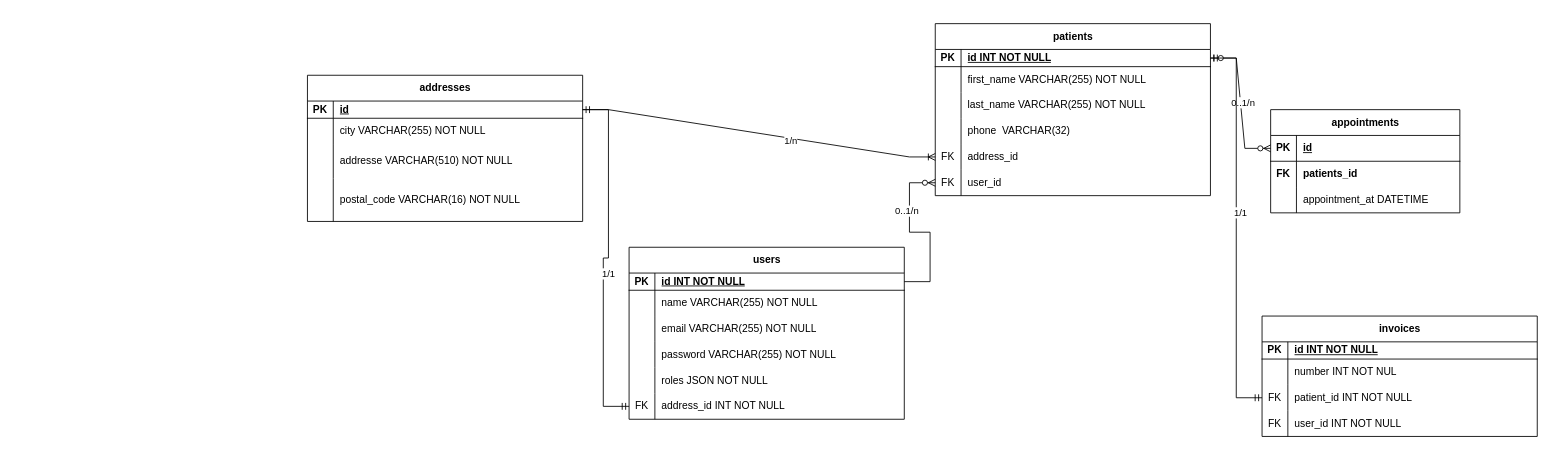
The draw.io diagram page "Page-2" (2 of 2) of maquette.drawio in JulianPouech/project_psy_back, before the edit. Source tidied: cells renumbered, new cells numbered last; positions are measured from the earlier drawing's top-left corner, leaving out a move shared by most shapes. Both pictures are drawn from the tidied source at 86%, with x=0, y=0 at pixel (307, 23).
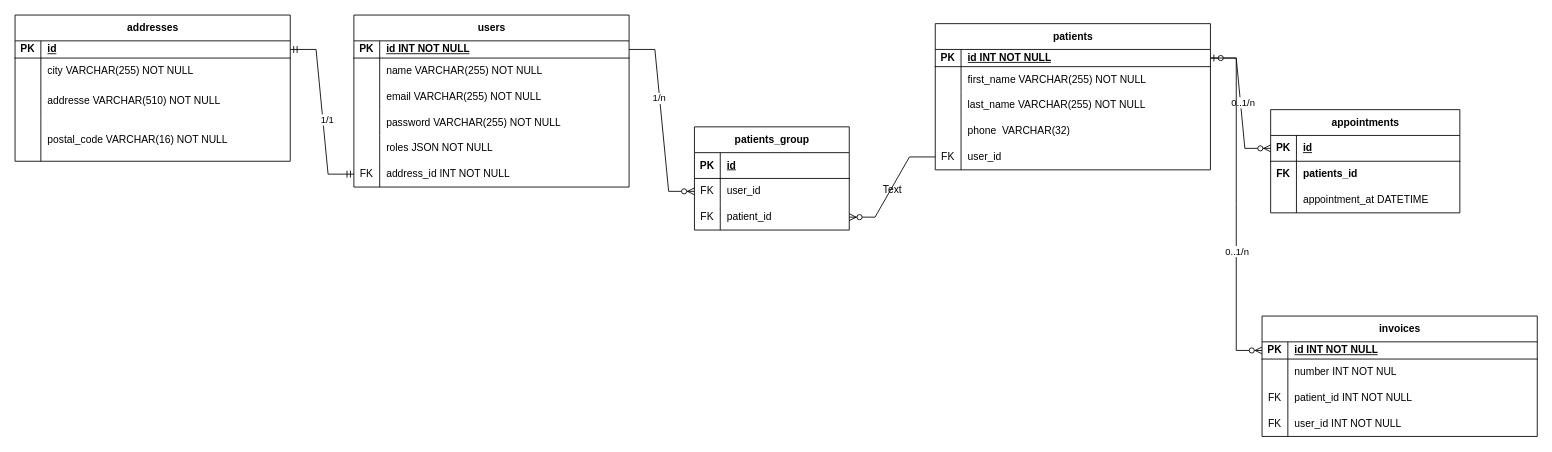
The same page after the edit.

Unchanged cells that the change refers to:
```xml
<mxCell id="3" style="shape=tableRow;horizontal=0;startSize=0;swimlaneHead=0;swimlaneBody=0;fillColor=none;points=[[0,0.5],[1,0.5]];portConstraint=eastwest;top=0;left=0;right=0;bottom=1;" parent="2" vertex="1">
  <mxGeometry y="30" width="320" height="20" as="geometry" />
</mxCell>
<mxCell id="32" style="shape=tableRow;horizontal=0;startSize=0;swimlaneHead=0;swimlaneBody=0;fillColor=none;points=[[0,0.5],[1,0.5]];portConstraint=eastwest;top=0;left=0;right=0;bottom=1;" parent="31" vertex="1">
  <mxGeometry y="30" width="320" height="20" as="geometry" />
</mxCell>
<mxCell id="47" style="shape=tableRow;horizontal=0;startSize=0;swimlaneHead=0;swimlaneBody=0;fillColor=none;points=[[0,0.5],[1,0.5]];portConstraint=eastwest;top=0;left=0;right=0;bottom=1;" parent="46" vertex="1">
  <mxGeometry y="30" width="320" height="20" as="geometry" />
</mxCell>
<mxCell id="72" style="shape=tableRow;horizontal=0;startSize=0;swimlaneHead=0;swimlaneBody=0;fillColor=none;points=[[0,0.5],[1,0.5]];portConstraint=eastwest;top=0;left=0;right=0;bottom=1;" parent="71" vertex="1">
  <mxGeometry y="30" width="320" height="20" as="geometry" />
</mxCell>
<mxCell id="78" style="shape=tableRow;horizontal=0;startSize=0;swimlaneHead=0;swimlaneBody=0;fillColor=none;points=[[0,0.5],[1,0.5]];portConstraint=eastwest;top=0;left=0;right=0;bottom=0;" parent="71" vertex="1">
  <mxGeometry y="80" width="320" height="30" as="geometry" />
</mxCell>
```

What changed in the source:
```diff
@@
     <mxCell id="2" value="patients" style="shape=table;startSize=30;childLayout=tableLayout;rowLines=0;fontStyle=1;align=center;html=1;" parent="1" vertex="1">
-      <mxGeometry x="730" width="320" height="200" as="geometry" />
+      <mxGeometry x="730" width="320" height="170" as="geometry" />
     </mxCell>
@@
-    <mxCell id="15" style="shape=tableRow;horizontal=0;startSize=0;swimlaneHead=0;swimlaneBody=0;fillColor=none;points=[[0,0.5],[1,0.5]];portConstraint=eastwest;top=0;left=0;right=0;bottom=0;" parent="2" vertex="1">
-      <mxGeometry y="140" width="320" height="30" as="geometry" />
-    </mxCell>
-    <mxCell id="16" value="FK" style="shape=partialRectangle;fillColor=none;top=0;left=0;bottom=0;right=0;overflow=hidden;whiteSpace=wrap;html=1;" parent="15" vertex="1">
-      <mxGeometry width="30" height="30" as="geometry" />
-    </mxCell>
-    <mxCell id="17" value="address_id" style="shape=partialRectangle;fillColor=none;top=0;left=0;bottom=0;right=0;align=left;spacingLeft=6;overflow=hidden;whiteSpace=wrap;html=1;" parent="15" vertex="1">
-      <mxGeometry x="30" width="290" height="30" as="geometry" />
-    </mxCell>
     <mxCell id="18" style="shape=tableRow;horizontal=0;startSize=0;swimlaneHead=0;swimlaneBody=0;fillColor=none;points=[[0,0.5],[1,0.5]];portConstraint=eastwest;top=0;left=0;right=0;bottom=0;" parent="2" vertex="1">
-      <mxGeometry y="170" width="320" height="30" as="geometry" />
+      <mxGeometry y="140" width="320" height="30" as="geometry" />
     </mxCell>
@@
     <mxCell id="31" value="addresses" style="shape=table;startSize=30;childLayout=tableLayout;rowLines=0;fontStyle=1;align=center;html=1;" parent="1" vertex="1">
-      <mxGeometry y="60" width="320" height="170" as="geometry" />
+      <mxGeometry x="-340" y="-10" width="320" height="170" as="geometry" />
     </mxCell>
@@
     <mxCell id="46" value="users" style="shape=table;startSize=30;childLayout=tableLayout;rowLines=0;fontStyle=1;align=center;html=1;" parent="1" vertex="1">
-      <mxGeometry x="374" y="260" width="320" height="200" as="geometry" />
+      <mxGeometry x="54" y="-10" width="320" height="200" as="geometry" />
     </mxCell>
@@
-    <mxCell id="65" style="edgeStyle=entityRelationEdgeStyle;fontSize=12;html=1;endArrow=ERoneToMany;rounded=0;entryX=0;entryY=0.5;entryDx=0;entryDy=0;exitX=1;exitY=0.5;exitDx=0;exitDy=0;" parent="1" edge="1" source="32" target="15">
-      <mxGeometry relative="1" as="geometry" />
-    </mxCell>
-    <mxCell id="66" value="1/n" style="edgeLabel;html=1;align=center;verticalAlign=middle;" parent="65" vertex="1">
-      <mxGeometry x="0.18" y="-2" relative="1" as="geometry" />
-    </mxCell>
@@
-    <mxCell id="69" style="edgeStyle=entityRelationEdgeStyle;fontSize=12;html=1;endArrow=ERzeroToMany;endFill=1;rounded=0;entryX=0;entryY=0.5;entryDx=0;entryDy=0;exitX=1;exitY=0.5;exitDx=0;exitDy=0;" parent="1" edge="1" source="47" target="18">
-      <mxGeometry relative="1" as="geometry" />
-    </mxCell>
-    <mxCell id="70" value="0..1/n" style="edgeLabel;html=1;align=center;verticalAlign=middle;" parent="69" vertex="1">
-      <mxGeometry x="0.38" y="4" relative="1" as="geometry" />
-    </mxCell>
@@
-    <mxCell id="84" style="edgeStyle=entityRelationEdgeStyle;fontSize=12;html=1;endArrow=ERmandOne;startArrow=ERmandOne;rounded=0;entryX=1;entryY=0.5;entryDx=0;entryDy=0;exitX=0;exitY=0.5;exitDx=0;exitDy=0;" parent="1" edge="1" source="78" target="3">
-      <mxGeometry relative="1" as="geometry" />
-    </mxCell>
-    <mxCell id="85" value="1/1" style="edgeLabel;html=1;align=center;verticalAlign=middle;" parent="84" vertex="1">
-      <mxGeometry x="0.08" y="-4" relative="1" as="geometry" />
-    </mxCell>
+    <mxCell id="86" style="edgeStyle=entityRelationEdgeStyle;fontSize=12;html=1;endArrow=ERzeroToMany;endFill=1;rounded=0;exitX=1;exitY=0.5;exitDx=0;exitDy=0;entryX=0;entryY=0.5;entryDx=0;entryDy=0;" parent="1" edge="1" source="3" target="72">
+      <mxGeometry relative="1" as="geometry" />
+    </mxCell>
+    <mxCell id="70" value="0..1/n" style="edgeLabel;html=1;align=center;verticalAlign=middle;" parent="86" vertex="1">
+      <mxGeometry x="0.27" relative="1" as="geometry" />
+    </mxCell>
+    <mxCell id="87" value="patients_group" style="shape=table;startSize=30;childLayout=tableLayout;rowLines=0;fontStyle=1;align=center;html=1;" parent="1" vertex="1">
+      <mxGeometry x="450" y="120" width="180" height="120" as="geometry" />
+    </mxCell>
+    <mxCell id="88" style="shape=tableRow;horizontal=0;startSize=0;swimlaneHead=0;swimlaneBody=0;fillColor=none;top=0;left=0;right=0;bottom=1;" parent="87" vertex="1">
+      <mxGeometry y="30" width="180" height="30" as="geometry" />
+    </mxCell>
+    <mxCell id="89" value="PK" style="shape=partialRectangle;fillColor=none;top=0;left=0;bottom=0;right=0;fontStyle=1;overflow=hidden;whiteSpace=wrap;html=1;" parent="88" vertex="1">
+      <mxGeometry width="30" height="30" as="geometry" />
+    </mxCell>
+    <mxCell id="90" value="id" style="shape=partialRectangle;fillColor=none;top=0;left=0;bottom=0;right=0;align=left;spacingLeft=6;fontStyle=5;overflow=hidden;whiteSpace=wrap;html=1;" parent="88" vertex="1">
+      <mxGeometry x="30" width="150" height="30" as="geometry" />
+    </mxCell>
+    <mxCell id="91" style="shape=tableRow;horizontal=0;startSize=0;swimlaneHead=0;swimlaneBody=0;fillColor=none;points=[[0,0.5],[1,0.5]];portConstraint=eastwest;top=0;left=0;right=0;bottom=0;" parent="87" vertex="1">
+      <mxGeometry y="60" width="180" height="30" as="geometry" />
+    </mxCell>
+    <mxCell id="92" value="FK" style="shape=partialRectangle;fillColor=none;top=0;left=0;bottom=0;right=0;overflow=hidden;whiteSpace=wrap;html=1;" parent="91" vertex="1">
+      <mxGeometry width="30" height="30" as="geometry" />
+    </mxCell>
+    <mxCell id="93" value="user_id" style="shape=partialRectangle;fillColor=none;top=0;left=0;bottom=0;right=0;align=left;spacingLeft=6;overflow=hidden;whiteSpace=wrap;html=1;" parent="91" vertex="1">
+      <mxGeometry x="30" width="150" height="30" as="geometry" />
+    </mxCell>
+    <mxCell id="94" style="shape=tableRow;horizontal=0;startSize=0;swimlaneHead=0;swimlaneBody=0;fillColor=none;points=[[0,0.5],[1,0.5]];portConstraint=eastwest;top=0;left=0;right=0;bottom=0;" parent="87" vertex="1">
+      <mxGeometry y="90" width="180" height="30" as="geometry" />
+    </mxCell>
+    <mxCell id="95" value="FK" style="shape=partialRectangle;fillColor=none;top=0;left=0;bottom=0;right=0;overflow=hidden;whiteSpace=wrap;html=1;" parent="94" vertex="1">
+      <mxGeometry width="30" height="30" as="geometry" />
+    </mxCell>
+    <mxCell id="96" value="patient_id" style="shape=partialRectangle;fillColor=none;top=0;left=0;bottom=0;right=0;align=left;spacingLeft=6;overflow=hidden;whiteSpace=wrap;html=1;" parent="94" vertex="1">
+      <mxGeometry x="30" width="150" height="30" as="geometry" />
+    </mxCell>
+    <mxCell id="97" style="edgeStyle=entityRelationEdgeStyle;fontSize=12;html=1;endArrow=ERzeroToMany;endFill=1;rounded=0;exitX=1;exitY=0.5;exitDx=0;exitDy=0;" parent="1" edge="1" source="47" target="91">
+      <mxGeometry relative="1" as="geometry" />
+    </mxCell>
+    <mxCell id="66" value="1/n" style="edgeLabel;html=1;align=center;verticalAlign=middle;" parent="97" vertex="1">
+      <mxGeometry x="-0.23" y="-1" relative="1" as="geometry" />
+    </mxCell>
+    <mxCell id="98" value="Text" style="text;html=1;align=center;verticalAlign=middle;strokeColor=none;fillColor=none;" parent="1" vertex="1">
+      <mxGeometry x="655" y="178" width="50" height="30" as="geometry" />
+    </mxCell>
+    <mxCell id="99" style="edgeStyle=entityRelationEdgeStyle;fontSize=12;html=1;endArrow=ERzeroToMany;endFill=1;rounded=0;exitX=0;exitY=0.5;exitDx=0;exitDy=0;" parent="1" edge="1" source="18" target="94">
+      <mxGeometry relative="1" as="geometry" />
+    </mxCell>
```
